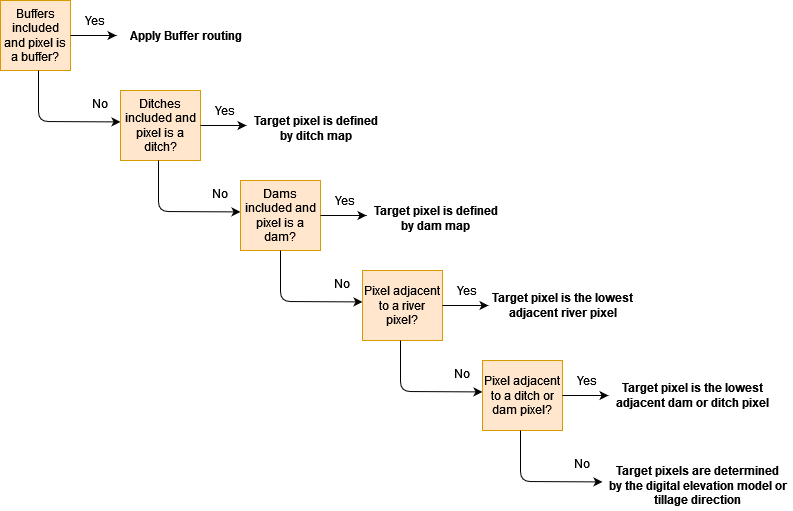
This is docs/_static/png/flow_algorithm_part1.png from watem-sedem/watem-sedem, a draw.io export, as it was before one commit. Source tidied: cells renumbered, new cells last; positions are measured from the earlier drawing's top-left corner, leaving out a move shared by most shapes.
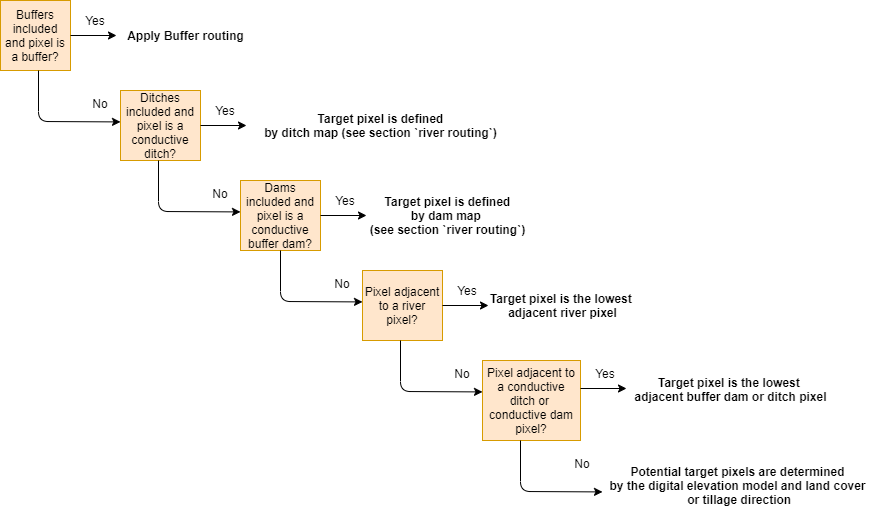
The same diagram one commit later.

Commit message:
add explaination on cardinal flow

The edit, as a diff of the source:
```diff
@@ -29,7 +29,7 @@
     <mxCell id="7" value="No" style="text;html=1;strokeColor=none;fillColor=none;align=center;verticalAlign=middle;whiteSpace=wrap;rounded=0;" parent="1" vertex="1">
       <mxGeometry x="80" y="93" width="40" height="20" as="geometry" />
     </mxCell>
-    <mxCell id="8" value="Ditches included and pixel is a ditch?" style="rounded=0;whiteSpace=wrap;html=1;align=center;fillColor=#ffe6cc;strokeColor=#d79b00;" parent="1" vertex="1">
+    <mxCell id="8" value="&lt;font style=&quot;font-size: 12px&quot;&gt;Ditches included and pixel is a conductive ditch?&lt;/font&gt;" style="rounded=0;whiteSpace=wrap;html=1;align=center;fillColor=#ffe6cc;strokeColor=#d79b00;" parent="1" vertex="1">
       <mxGeometry x="120" y="90" width="80" height="70" as="geometry" />
     </mxCell>
     <mxCell id="9" style="endArrow=classic;html=1;entryX=0;entryY=0.5;entryDx=0;entryDy=0;align=left;verticalAlign=top;" parent="1" edge="1">
@@ -41,8 +41,8 @@
     <mxCell id="10" value="Yes" style="text;html=1;strokeColor=none;fillColor=none;align=center;verticalAlign=middle;whiteSpace=wrap;rounded=0;" parent="1" vertex="1">
       <mxGeometry x="205" y="100" width="40" height="20" as="geometry" />
     </mxCell>
-    <mxCell id="11" value="&lt;div&gt;Target pixel is defined&lt;/div&gt;&lt;div&gt; by ditch map&lt;/div&gt;" style="text;html=1;align=center;verticalAlign=middle;fontStyle=1;" parent="1" vertex="1">
-      <mxGeometry x="245" y="113" width="140" height="30" as="geometry" />
+    <mxCell id="11" value="&lt;div&gt;Target pixel is defined&lt;/div&gt;&lt;div&gt; by ditch map (see section `river routing`)&lt;/div&gt;" style="text;html=1;align=center;verticalAlign=middle;fontStyle=1;" parent="1" vertex="1">
+      <mxGeometry x="255" y="110" width="250" height="30" as="geometry" />
     </mxCell>
     <mxCell id="12" style="endArrow=classic;html=1;align=left;entryX=-0.05;entryY=0.406;entryDx=0;entryDy=0;entryPerimeter=0;" parent="1" edge="1">
       <mxGeometry relative="1" as="geometry">
@@ -56,7 +56,7 @@
     <mxCell id="13" value="No" style="text;html=1;strokeColor=none;fillColor=none;align=center;verticalAlign=middle;whiteSpace=wrap;rounded=0;" parent="1" vertex="1">
       <mxGeometry x="200" y="183" width="40" height="20" as="geometry" />
     </mxCell>
-    <mxCell id="14" value="Dams included and pixel is a dam?" style="rounded=0;whiteSpace=wrap;html=1;align=center;fillColor=#ffe6cc;strokeColor=#d79b00;" parent="1" vertex="1">
+    <mxCell id="14" value="&lt;font style=&quot;font-size: 12px&quot;&gt;Dams included and pixel is a conductive buffer&amp;nbsp;dam?&lt;/font&gt;" style="rounded=0;whiteSpace=wrap;html=1;align=center;fillColor=#ffe6cc;strokeColor=#d79b00;" parent="1" vertex="1">
       <mxGeometry x="240" y="180" width="80" height="70" as="geometry" />
     </mxCell>
     <mxCell id="15" style="endArrow=classic;html=1;entryX=0;entryY=0.5;entryDx=0;entryDy=0;align=left;verticalAlign=top;" parent="1" edge="1">
@@ -68,8 +68,8 @@
     <mxCell id="16" value="Yes" style="text;html=1;strokeColor=none;fillColor=none;align=center;verticalAlign=middle;whiteSpace=wrap;rounded=0;" parent="1" vertex="1">
       <mxGeometry x="325" y="190" width="40" height="20" as="geometry" />
     </mxCell>
-    <mxCell id="17" value="&lt;div&gt;Target pixel is defined&lt;/div&gt;&lt;div&gt; by dam map&lt;/div&gt;" style="text;html=1;align=center;verticalAlign=middle;fontStyle=1;" parent="1" vertex="1">
-      <mxGeometry x="365" y="203" width="140" height="30" as="geometry" />
+    <mxCell id="17" value="&lt;div&gt;Target pixel is defined&lt;/div&gt;&lt;div&gt; by dam map&amp;nbsp;&lt;/div&gt;(see section `river routing`)" style="text;html=1;align=center;verticalAlign=middle;fontStyle=1;" parent="1" vertex="1">
+      <mxGeometry x="362" y="190" width="170" height="50" as="geometry" />
     </mxCell>
     <mxCell id="18" style="endArrow=classic;html=1;align=left;entryX=-0.05;entryY=0.406;entryDx=0;entryDy=0;entryPerimeter=0;" parent="1" edge="1">
       <mxGeometry relative="1" as="geometry">
@@ -110,35 +110,35 @@
     <mxCell id="25" value="No" style="text;html=1;strokeColor=none;fillColor=none;align=center;verticalAlign=middle;whiteSpace=wrap;rounded=0;" parent="1" vertex="1">
       <mxGeometry x="442" y="363" width="40" height="20" as="geometry" />
     </mxCell>
-    <mxCell id="26" value="Pixel adjacent to a ditch or dam pixel?" style="rounded=0;whiteSpace=wrap;html=1;align=center;fillColor=#ffe6cc;strokeColor=#d79b00;" parent="1" vertex="1">
-      <mxGeometry x="482" y="360" width="80" height="70" as="geometry" />
+    <mxCell id="26" value="Pixel adjacent to a conductive ditch or&amp;nbsp; conductive dam pixel?" style="rounded=0;whiteSpace=wrap;html=1;align=center;fillColor=#ffe6cc;strokeColor=#d79b00;" parent="1" vertex="1">
+      <mxGeometry x="482" y="360" width="98" height="80" as="geometry" />
     </mxCell>
     <mxCell id="27" style="endArrow=classic;html=1;entryX=0;entryY=0.5;entryDx=0;entryDy=0;align=left;verticalAlign=top;" parent="1" edge="1">
       <mxGeometry relative="1" as="geometry">
-        <mxPoint x="562" y="395" as="sourcePoint" />
-        <mxPoint x="608" y="395" as="targetPoint" />
+        <mxPoint x="580" y="388" as="sourcePoint" />
+        <mxPoint x="626" y="388" as="targetPoint" />
       </mxGeometry>
     </mxCell>
     <mxCell id="28" value="Yes" style="text;html=1;strokeColor=none;fillColor=none;align=center;verticalAlign=middle;whiteSpace=wrap;rounded=0;" parent="1" vertex="1">
-      <mxGeometry x="567" y="370" width="40" height="20" as="geometry" />
+      <mxGeometry x="585" y="363" width="40" height="20" as="geometry" />
     </mxCell>
-    <mxCell id="29" value="&lt;div&gt;Target pixel is the lowest &lt;br&gt;&lt;/div&gt;&lt;div&gt;adjacent dam or ditch pixel&lt;/div&gt;" style="text;html=1;align=center;verticalAlign=middle;fontStyle=1;" parent="1" vertex="1">
-      <mxGeometry x="607" y="380" width="170" height="30" as="geometry" />
+    <mxCell id="29" value="&lt;div&gt;Target pixel is the lowest &lt;br&gt;&lt;/div&gt;&lt;div&gt;adjacent buffer dam or ditch pixel&lt;/div&gt;" style="text;html=1;align=center;verticalAlign=middle;fontStyle=1;" parent="1" vertex="1">
+      <mxGeometry x="625" y="373.5" width="210" height="30" as="geometry" />
     </mxCell>
     <mxCell id="30" style="endArrow=classic;html=1;align=left;entryX=-0.05;entryY=0.406;entryDx=0;entryDy=0;entryPerimeter=0;" parent="1" edge="1">
       <mxGeometry relative="1" as="geometry">
-        <mxPoint x="520" y="430" as="sourcePoint" />
-        <mxPoint x="602" y="481.4" as="targetPoint" />
+        <mxPoint x="520" y="440" as="sourcePoint" />
+        <mxPoint x="602" y="491.4" as="targetPoint" />
         <Array as="points">
-          <mxPoint x="520" y="481" />
+          <mxPoint x="520" y="491" />
         </Array>
       </mxGeometry>
     </mxCell>
     <mxCell id="31" value="No" style="text;html=1;strokeColor=none;fillColor=none;align=center;verticalAlign=middle;whiteSpace=wrap;rounded=0;" parent="1" vertex="1">
       <mxGeometry x="562" y="453" width="40" height="20" as="geometry" />
     </mxCell>
-    <mxCell id="32" value="&lt;div&gt;Target pixels are determined&lt;/div&gt;&lt;div&gt;by the digital elevation model or&lt;/div&gt;&lt;div&gt;tillage direction&lt;br&gt;&lt;/div&gt;" style="text;html=1;align=center;verticalAlign=middle;fontStyle=1;" parent="1" vertex="1">
-      <mxGeometry x="602" y="460" width="190" height="50" as="geometry" />
+    <mxCell id="32" value="&lt;div&gt;Potential target pixels are determined&lt;/div&gt;&lt;div&gt;by the digital elevation model and land cover&lt;/div&gt;&lt;div&gt;&amp;nbsp;or&amp;nbsp;&lt;span&gt;tillage direction&lt;/span&gt;&lt;/div&gt;" style="text;html=1;align=center;verticalAlign=middle;fontStyle=1;" parent="1" vertex="1">
+      <mxGeometry x="602" y="460" width="270" height="50" as="geometry" />
     </mxCell>
   </root>
 </mxGraphModel>
```
